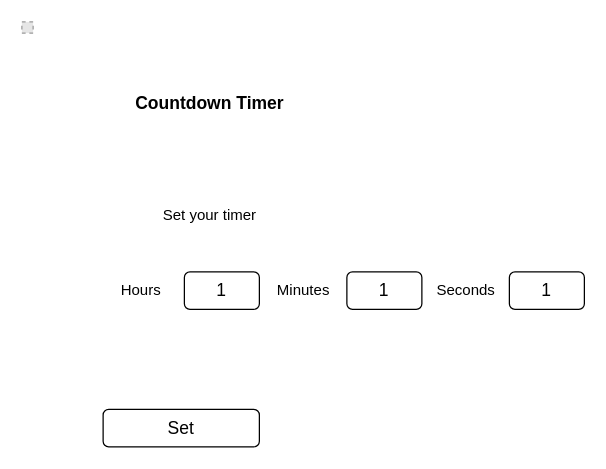
The draw.io diagram design/storyboard.drawio in MTHS-ICD2O-1-2023/ICD2O-1-2023-Final-Project-Julianne-Leblanc-Peltier-Fethawit-Gebremekeal, before the edit. Source tidied: cells renumbered, new cells numbered last; positions are measured from the earlier drawing's top-left corner, leaving out a move shared by most shapes. Both pictures are drawn from the tidied source at 125%, with x=0, y=0 at pixel (21, 21). Pictures stored in the file or linked from it are replaced by grey dashed boxes.
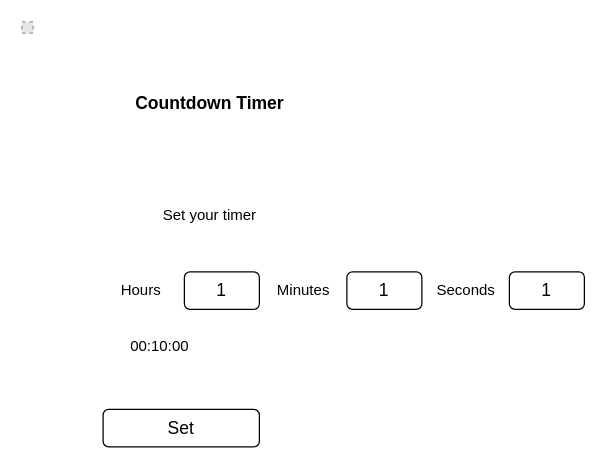
Above is the later version.

The edit, as a diff of the source:
```diff
@@
 <mxGraphModel>
   <root>
     <mxCell id="0" />
     <mxCell id="1" parent="0" />
     <mxCell id="2" value="Set your timer" style="text;html=1;align=center;verticalAlign=middle;strokeColor=none;fillColor=none;" parent="1" vertex="1">
       <mxGeometry x="100" y="140" width="100" height="30" as="geometry" />
     </mxCell>
     <mxCell id="3" value="Set" style="rounded=1;whiteSpace=wrap;html=1;fontSize=14;" parent="1" vertex="1">
       <mxGeometry x="65" y="310" width="125" height="30" as="geometry" />
     </mxCell>
     <mxCell id="4" value="1" style="rounded=1;whiteSpace=wrap;html=1;fontSize=14;" parent="1" vertex="1">
       <mxGeometry x="130" y="200" width="60" height="30" as="geometry" />
     </mxCell>
     <mxCell id="5" value="&lt;font style=&quot;font-size: 14px;&quot;&gt;&lt;b&gt;Countdown Timer&lt;/b&gt;&lt;/font&gt;" style="text;html=1;align=center;verticalAlign=middle;strokeColor=none;fillColor=none;fontSize=14;" parent="1" vertex="1">
       <mxGeometry x="75" y="50" width="150" height="30" as="geometry" />
     </mxCell>
     <mxCell id="6" value="1" style="rounded=1;whiteSpace=wrap;html=1;fontSize=14;" parent="1" vertex="1">
       <mxGeometry x="260" y="200" width="60" height="30" as="geometry" />
     </mxCell>
     <mxCell id="7" value="1" style="rounded=1;whiteSpace=wrap;html=1;fontSize=14;" parent="1" vertex="1">
       <mxGeometry x="390" y="200" width="60" height="30" as="geometry" />
     </mxCell>
     <mxCell id="8" value="Hours" style="text;html=1;align=center;verticalAlign=middle;strokeColor=none;fillColor=none;" parent="1" vertex="1">
       <mxGeometry x="65" y="200" width="60" height="30" as="geometry" />
     </mxCell>
     <mxCell id="9" value="Minutes" style="text;html=1;align=center;verticalAlign=middle;strokeColor=none;fillColor=none;" parent="1" vertex="1">
       <mxGeometry x="190" y="200" width="70" height="30" as="geometry" />
     </mxCell>
     <mxCell id="10" value="Seconds" style="text;html=1;align=center;verticalAlign=middle;strokeColor=none;fillColor=none;" parent="1" vertex="1">
       <mxGeometry x="320" y="200" width="70" height="30" as="geometry" />
     </mxCell>
     <mxCell id="11" style="fillColor=#E6E6E6;strokeColor=#999999;dashed=1;verticalLabelPosition=bottom;labelBackgroundColor=default;verticalAlign=top;" parent="1" vertex="1">
       <mxGeometry width="9" height="9" as="geometry" />
     </mxCell>
+    <mxCell id="12" value="00:10:00" style="text;html=1;align=center;verticalAlign=middle;strokeColor=none;fillColor=none;" parent="1" vertex="1">
+      <mxGeometry x="75" y="245" width="70" height="30" as="geometry" />
+    </mxCell>
   </root>
 </mxGraphModel>
```
